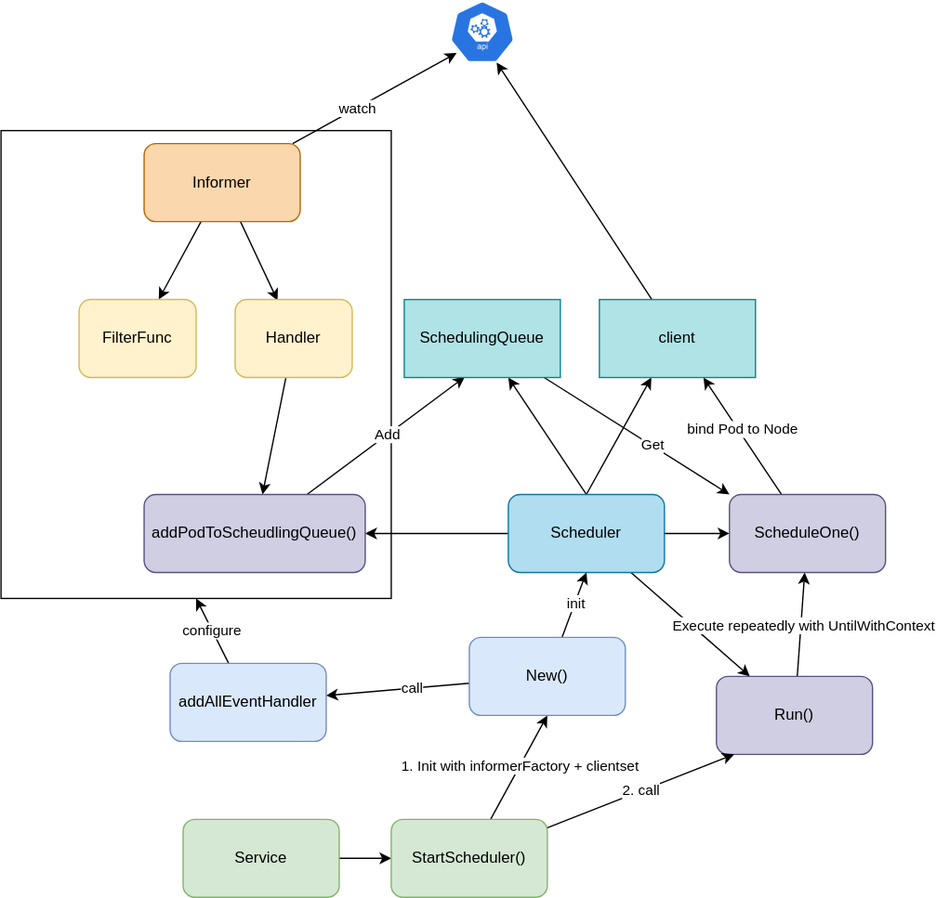
Above: diagram.drawio.svg in nakamasato/mini-kube-scheduler (draw.io), before the change. Source tidied: cells renumbered, new cells last; positions are measured from the earlier drawing's top-left corner, leaving out a move shared by most shapes. Its diagram source:
```xml
<mxGraphModel>
  <root>
    <mxCell id="0" />
    <mxCell id="1" parent="0" />
    <mxCell id="2" style="rounded=0;whiteSpace=wrap;html=1;" parent="1" vertex="1">
      <mxGeometry y="100" width="300" height="360" as="geometry" />
    </mxCell>
    <mxCell id="3" style="edgeStyle=none;html=1;exitX=0.5;exitY=0;exitDx=0;exitDy=0;" parent="1" edge="1" source="16" target="28">
      <mxGeometry relative="1" as="geometry" />
    </mxCell>
    <mxCell id="4" style="edgeStyle=none;html=1;exitX=0.5;exitY=0;exitDx=0;exitDy=0;entryX=0.333;entryY=1;entryDx=0;entryDy=0;entryPerimeter=0;" parent="1" edge="1" source="16" target="30">
      <mxGeometry relative="1" as="geometry" />
    </mxCell>
    <mxCell id="5" style="edgeStyle=none;html=1;" parent="1" edge="1" source="12" target="7">
      <mxGeometry relative="1" as="geometry" />
    </mxCell>
    <mxCell id="6" style="edgeStyle=none;html=1;entryX=0.362;entryY=0.013;entryDx=0;entryDy=0;entryPerimeter=0;" parent="1" edge="1" source="12" target="9">
      <mxGeometry relative="1" as="geometry" />
    </mxCell>
    <mxCell id="7" value="FilterFunc" style="rounded=1;whiteSpace=wrap;html=1;fillColor=#fff2cc;strokeColor=#d6b656;" parent="1" vertex="1">
      <mxGeometry x="60" y="230" width="90" height="60" as="geometry" />
    </mxCell>
    <mxCell id="8" style="edgeStyle=none;html=1;" parent="1" edge="1" source="9" target="19">
      <mxGeometry relative="1" as="geometry" />
    </mxCell>
    <mxCell id="9" value="Handler" style="rounded=1;whiteSpace=wrap;html=1;fillColor=#fff2cc;strokeColor=#d6b656;" parent="1" vertex="1">
      <mxGeometry x="180" y="230" width="90" height="60" as="geometry" />
    </mxCell>
    <mxCell id="10" style="edgeStyle=none;html=1;entryX=0.105;entryY=0.839;entryDx=0;entryDy=0;entryPerimeter=0;" parent="1" edge="1" source="12" target="31">
      <mxGeometry relative="1" as="geometry" />
    </mxCell>
    <mxCell id="11" value="watch" style="edgeLabel;html=1;align=center;verticalAlign=middle;" parent="10" vertex="1">
      <mxGeometry x="-0.21" relative="1" as="geometry" />
    </mxCell>
    <mxCell id="12" value="Informer" style="rounded=1;whiteSpace=wrap;html=1;fillColor=#fad7ac;strokeColor=#b46504;" parent="1" vertex="1">
      <mxGeometry x="110" y="110" width="120" height="60" as="geometry" />
    </mxCell>
    <mxCell id="13" style="edgeStyle=none;html=1;" parent="1" edge="1" source="16" target="19">
      <mxGeometry relative="1" as="geometry" />
    </mxCell>
    <mxCell id="14" style="edgeStyle=none;html=1;" parent="1" edge="1" source="16" target="22">
      <mxGeometry relative="1" as="geometry" />
    </mxCell>
    <mxCell id="15" style="edgeStyle=none;html=1;" parent="1" edge="1" source="16" target="25">
      <mxGeometry relative="1" as="geometry" />
    </mxCell>
    <mxCell id="16" value="Scheduler" style="rounded=1;whiteSpace=wrap;html=1;fillColor=#b1ddf0;strokeColor=#10739e;" parent="1" vertex="1">
      <mxGeometry x="390" y="380" width="120" height="60" as="geometry" />
    </mxCell>
    <mxCell id="17" style="edgeStyle=none;html=1;entryX=0.388;entryY=0.992;entryDx=0;entryDy=0;entryPerimeter=0;" parent="1" edge="1" source="19" target="28">
      <mxGeometry relative="1" as="geometry" />
    </mxCell>
    <mxCell id="18" value="Add" style="edgeLabel;html=1;align=center;verticalAlign=middle;" parent="17" vertex="1">
      <mxGeometry x="0.01" y="1" relative="1" as="geometry" />
    </mxCell>
    <mxCell id="19" value="addPodToScheudlingQueue()" style="rounded=1;whiteSpace=wrap;html=1;fillColor=#d0cee2;strokeColor=#56517e;" parent="1" vertex="1">
      <mxGeometry x="110" y="380" width="170" height="60" as="geometry" />
    </mxCell>
    <mxCell id="20" style="edgeStyle=none;html=1;" parent="1" edge="1" source="22" target="25">
      <mxGeometry relative="1" as="geometry" />
    </mxCell>
    <mxCell id="21" value="Execute repeatedly with UntilWithContext" style="edgeLabel;html=1;align=center;verticalAlign=middle;" parent="20" vertex="1">
      <mxGeometry x="0.01" y="-1" relative="1" as="geometry" />
    </mxCell>
    <mxCell id="22" value="Run()" style="rounded=1;whiteSpace=wrap;html=1;fillColor=#d0cee2;strokeColor=#56517e;" parent="1" vertex="1">
      <mxGeometry x="550" y="520" width="120" height="60" as="geometry" />
    </mxCell>
    <mxCell id="23" style="edgeStyle=none;html=1;" parent="1" edge="1" source="25" target="30">
      <mxGeometry relative="1" as="geometry" />
    </mxCell>
    <mxCell id="24" value="bind Pod to Node" style="edgeLabel;html=1;align=center;verticalAlign=middle;" parent="23" vertex="1">
      <mxGeometry x="0.6" y="1" relative="1" as="geometry">
        <mxPoint x="19" y="21" as="offset" />
      </mxGeometry>
    </mxCell>
    <mxCell id="25" value="ScheduleOne()" style="rounded=1;whiteSpace=wrap;html=1;fillColor=#d0cee2;strokeColor=#56517e;" parent="1" vertex="1">
      <mxGeometry x="560" y="380" width="120" height="60" as="geometry" />
    </mxCell>
    <mxCell id="26" style="edgeStyle=none;html=1;entryX=0;entryY=0;entryDx=0;entryDy=0;" parent="1" edge="1" source="28" target="25">
      <mxGeometry relative="1" as="geometry" />
    </mxCell>
    <mxCell id="27" value="Get" style="edgeLabel;html=1;align=center;verticalAlign=middle;" parent="26" vertex="1">
      <mxGeometry x="0.16" y="1" relative="1" as="geometry" />
    </mxCell>
    <mxCell id="28" value="&lt;span&gt;SchedulingQueue&lt;/span&gt;" style="rounded=0;whiteSpace=wrap;html=1;fillColor=#b0e3e6;strokeColor=#0e8088;" parent="1" vertex="1">
      <mxGeometry x="310" y="230" width="120" height="60" as="geometry" />
    </mxCell>
    <mxCell id="29" style="edgeStyle=none;html=1;entryX=0.72;entryY=0.99;entryDx=0;entryDy=0;entryPerimeter=0;" parent="1" edge="1" source="30" target="31">
      <mxGeometry relative="1" as="geometry" />
    </mxCell>
    <mxCell id="30" value="&lt;span&gt;client&lt;/span&gt;" style="rounded=0;whiteSpace=wrap;html=1;fillColor=#b0e3e6;strokeColor=#0e8088;" parent="1" vertex="1">
      <mxGeometry x="460" y="230" width="120" height="60" as="geometry" />
    </mxCell>
    <mxCell id="31" style="sketch=0;html=1;dashed=0;whitespace=wrap;fillColor=#2875E2;strokeColor=#ffffff;points=[[0.005,0.63,0],[0.1,0.2,0],[0.9,0.2,0],[0.5,0,0],[0.995,0.63,0],[0.72,0.99,0],[0.5,1,0],[0.28,0.99,0]];shape=mxgraph.kubernetes.icon;prIcon=api;" parent="1" vertex="1">
      <mxGeometry x="345" width="50" height="48" as="geometry" />
    </mxCell>
    <mxCell id="32" style="edgeStyle=none;html=1;" parent="1" edge="1" source="33" target="37">
      <mxGeometry relative="1" as="geometry" />
    </mxCell>
    <mxCell id="33" value="Service" style="rounded=1;whiteSpace=wrap;html=1;fillColor=#d5e8d4;strokeColor=#82b366;" parent="1" vertex="1">
      <mxGeometry x="140" y="630" width="120" height="60" as="geometry" />
    </mxCell>
    <mxCell id="34" style="edgeStyle=none;html=1;entryX=0.5;entryY=1;entryDx=0;entryDy=0;" parent="1" edge="1" source="37" target="42">
      <mxGeometry relative="1" as="geometry" />
    </mxCell>
    <mxCell id="35" value="1. Init with informerFactory + clientset" style="edgeLabel;html=1;align=center;verticalAlign=middle;" parent="34" vertex="1">
      <mxGeometry x="0.04" relative="1" as="geometry" />
    </mxCell>
    <mxCell id="36" value="2. call" style="edgeStyle=none;html=1;entryX=0.113;entryY=1;entryDx=0;entryDy=0;entryPerimeter=0;" parent="1" edge="1" source="37" target="22">
      <mxGeometry relative="1" as="geometry" />
    </mxCell>
    <mxCell id="37" value="StartScheduler()" style="whiteSpace=wrap;html=1;fillColor=#d5e8d4;strokeColor=#82b366;rounded=1;" parent="1" vertex="1">
      <mxGeometry x="300" y="630" width="120" height="60" as="geometry" />
    </mxCell>
    <mxCell id="38" style="edgeStyle=none;html=1;" parent="1" edge="1" source="42" target="44">
      <mxGeometry relative="1" as="geometry" />
    </mxCell>
    <mxCell id="39" value="call" style="edgeLabel;html=1;align=center;verticalAlign=middle;" parent="38" vertex="1">
      <mxGeometry x="-0.17" y="-1" relative="1" as="geometry">
        <mxPoint x="1" as="offset" />
      </mxGeometry>
    </mxCell>
    <mxCell id="40" style="edgeStyle=none;html=1;entryX=0.5;entryY=1;entryDx=0;entryDy=0;" parent="1" edge="1" source="42" target="16">
      <mxGeometry relative="1" as="geometry" />
    </mxCell>
    <mxCell id="41" value="init" style="edgeLabel;html=1;align=center;verticalAlign=middle;" parent="40" vertex="1">
      <mxGeometry x="0.04" y="1" relative="1" as="geometry">
        <mxPoint x="1" as="offset" />
      </mxGeometry>
    </mxCell>
    <mxCell id="42" value="New()" style="rounded=1;whiteSpace=wrap;html=1;fillColor=#dae8fc;strokeColor=#6c8ebf;" parent="1" vertex="1">
      <mxGeometry x="360" y="490" width="120" height="60" as="geometry" />
    </mxCell>
    <mxCell id="43" value="configure" style="edgeStyle=none;html=1;entryX=0.5;entryY=1;entryDx=0;entryDy=0;" parent="1" edge="1" source="44" target="2">
      <mxGeometry relative="1" as="geometry" />
    </mxCell>
    <mxCell id="44" value="addAllEventHandler" style="rounded=1;whiteSpace=wrap;html=1;fillColor=#dae8fc;strokeColor=#6c8ebf;" parent="1" vertex="1">
      <mxGeometry x="130" y="510" width="120" height="60" as="geometry" />
    </mxCell>
  </root>
</mxGraphModel>
```
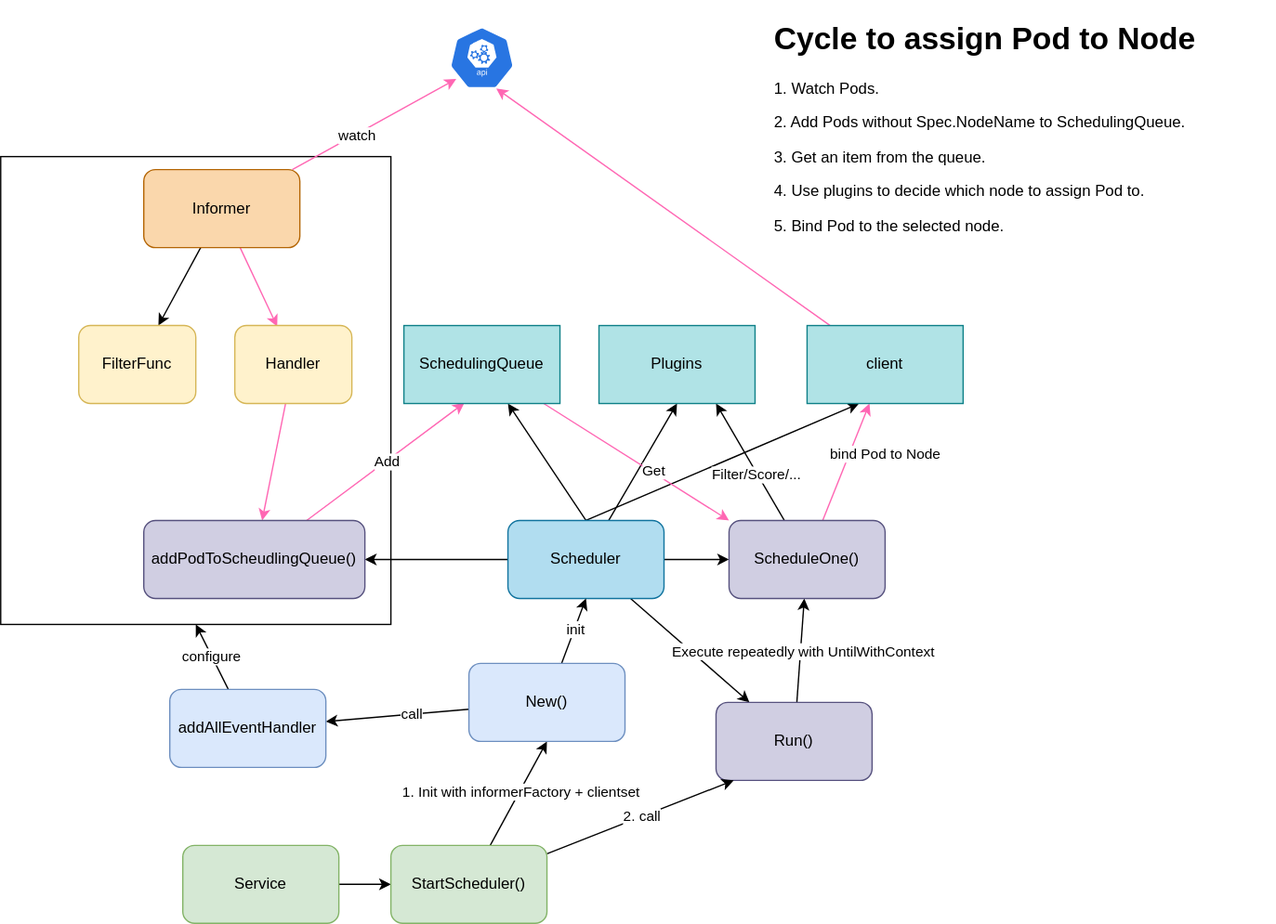
The same file after the commit.

Diff of the diagram source:
```diff
@@ -14,19 +14,19 @@
     <mxCell id="5" style="edgeStyle=none;html=1;" parent="1" edge="1" source="12" target="7">
       <mxGeometry relative="1" as="geometry" />
     </mxCell>
-    <mxCell id="6" style="edgeStyle=none;html=1;entryX=0.362;entryY=0.013;entryDx=0;entryDy=0;entryPerimeter=0;" parent="1" edge="1" source="12" target="9">
+    <mxCell id="6" style="edgeStyle=none;html=1;entryX=0.362;entryY=0.013;entryDx=0;entryDy=0;entryPerimeter=0;strokeColor=#FF66B3;" parent="1" edge="1" source="12" target="9">
       <mxGeometry relative="1" as="geometry" />
     </mxCell>
     <mxCell id="7" value="FilterFunc" style="rounded=1;whiteSpace=wrap;html=1;fillColor=#fff2cc;strokeColor=#d6b656;" parent="1" vertex="1">
       <mxGeometry x="60" y="230" width="90" height="60" as="geometry" />
     </mxCell>
-    <mxCell id="8" style="edgeStyle=none;html=1;" parent="1" edge="1" source="9" target="19">
+    <mxCell id="8" style="edgeStyle=none;html=1;strokeColor=#FF66B3;" parent="1" edge="1" source="9" target="19">
       <mxGeometry relative="1" as="geometry" />
     </mxCell>
     <mxCell id="9" value="Handler" style="rounded=1;whiteSpace=wrap;html=1;fillColor=#fff2cc;strokeColor=#d6b656;" parent="1" vertex="1">
       <mxGeometry x="180" y="230" width="90" height="60" as="geometry" />
     </mxCell>
-    <mxCell id="10" style="edgeStyle=none;html=1;entryX=0.105;entryY=0.839;entryDx=0;entryDy=0;entryPerimeter=0;" parent="1" edge="1" source="12" target="31">
+    <mxCell id="10" style="edgeStyle=none;html=1;entryX=0.105;entryY=0.839;entryDx=0;entryDy=0;entryPerimeter=0;strokeColor=#FF66B3;" parent="1" edge="1" source="12" target="31">
       <mxGeometry relative="1" as="geometry" />
     </mxCell>
     <mxCell id="11" value="watch" style="edgeLabel;html=1;align=center;verticalAlign=middle;" parent="10" vertex="1">
@@ -44,10 +44,13 @@
     <mxCell id="15" style="edgeStyle=none;html=1;" parent="1" edge="1" source="16" target="25">
       <mxGeometry relative="1" as="geometry" />
     </mxCell>
+    <mxCell id="45" style="edgeStyle=none;html=1;entryX=0.5;entryY=1;entryDx=0;entryDy=0;" parent="1" edge="1" source="16" target="48">
+      <mxGeometry relative="1" as="geometry" />
+    </mxCell>
     <mxCell id="16" value="Scheduler" style="rounded=1;whiteSpace=wrap;html=1;fillColor=#b1ddf0;strokeColor=#10739e;" parent="1" vertex="1">
       <mxGeometry x="390" y="380" width="120" height="60" as="geometry" />
     </mxCell>
-    <mxCell id="17" style="edgeStyle=none;html=1;entryX=0.388;entryY=0.992;entryDx=0;entryDy=0;entryPerimeter=0;" parent="1" edge="1" source="19" target="28">
+    <mxCell id="17" style="edgeStyle=none;html=1;entryX=0.388;entryY=0.992;entryDx=0;entryDy=0;entryPerimeter=0;strokeColor=#FF66B3;" parent="1" edge="1" source="19" target="28">
       <mxGeometry relative="1" as="geometry" />
     </mxCell>
     <mxCell id="18" value="Add" style="edgeLabel;html=1;align=center;verticalAlign=middle;" parent="17" vertex="1">
@@ -65,7 +68,7 @@
     <mxCell id="22" value="Run()" style="rounded=1;whiteSpace=wrap;html=1;fillColor=#d0cee2;strokeColor=#56517e;" parent="1" vertex="1">
       <mxGeometry x="550" y="520" width="120" height="60" as="geometry" />
     </mxCell>
-    <mxCell id="23" style="edgeStyle=none;html=1;" parent="1" edge="1" source="25" target="30">
+    <mxCell id="23" style="edgeStyle=none;html=1;strokeColor=#FF66B3;" parent="1" edge="1" source="25" target="30">
       <mxGeometry relative="1" as="geometry" />
     </mxCell>
     <mxCell id="24" value="bind Pod to Node" style="edgeLabel;html=1;align=center;verticalAlign=middle;" parent="23" vertex="1">
@@ -73,10 +76,16 @@
         <mxPoint x="19" y="21" as="offset" />
       </mxGeometry>
     </mxCell>
+    <mxCell id="46" style="edgeStyle=none;html=1;entryX=0.75;entryY=1;entryDx=0;entryDy=0;" parent="1" edge="1" source="25" target="48">
+      <mxGeometry relative="1" as="geometry" />
+    </mxCell>
+    <mxCell id="47" value="Filter/Score/..." style="edgeLabel;html=1;align=center;verticalAlign=middle;" parent="46" vertex="1">
+      <mxGeometry x="-0.18" y="1" relative="1" as="geometry" />
+    </mxCell>
     <mxCell id="25" value="ScheduleOne()" style="rounded=1;whiteSpace=wrap;html=1;fillColor=#d0cee2;strokeColor=#56517e;" parent="1" vertex="1">
       <mxGeometry x="560" y="380" width="120" height="60" as="geometry" />
     </mxCell>
-    <mxCell id="26" style="edgeStyle=none;html=1;entryX=0;entryY=0;entryDx=0;entryDy=0;" parent="1" edge="1" source="28" target="25">
+    <mxCell id="26" style="edgeStyle=none;html=1;entryX=0;entryY=0;entryDx=0;entryDy=0;strokeColor=#FF66B3;" parent="1" edge="1" source="28" target="25">
       <mxGeometry relative="1" as="geometry" />
     </mxCell>
     <mxCell id="27" value="Get" style="edgeLabel;html=1;align=center;verticalAlign=middle;" parent="26" vertex="1">
@@ -85,11 +94,11 @@
     <mxCell id="28" value="&lt;span&gt;SchedulingQueue&lt;/span&gt;" style="rounded=0;whiteSpace=wrap;html=1;fillColor=#b0e3e6;strokeColor=#0e8088;" parent="1" vertex="1">
       <mxGeometry x="310" y="230" width="120" height="60" as="geometry" />
     </mxCell>
-    <mxCell id="29" style="edgeStyle=none;html=1;entryX=0.72;entryY=0.99;entryDx=0;entryDy=0;entryPerimeter=0;" parent="1" edge="1" source="30" target="31">
+    <mxCell id="29" style="edgeStyle=none;html=1;entryX=0.72;entryY=0.99;entryDx=0;entryDy=0;entryPerimeter=0;strokeColor=#FF66B3;" parent="1" edge="1" source="30" target="31">
       <mxGeometry relative="1" as="geometry" />
     </mxCell>
     <mxCell id="30" value="&lt;span&gt;client&lt;/span&gt;" style="rounded=0;whiteSpace=wrap;html=1;fillColor=#b0e3e6;strokeColor=#0e8088;" parent="1" vertex="1">
-      <mxGeometry x="460" y="230" width="120" height="60" as="geometry" />
+      <mxGeometry x="620" y="230" width="120" height="60" as="geometry" />
     </mxCell>
     <mxCell id="31" style="sketch=0;html=1;dashed=0;whitespace=wrap;fillColor=#2875E2;strokeColor=#ffffff;points=[[0.005,0.63,0],[0.1,0.2,0],[0.9,0.2,0],[0.5,0,0],[0.995,0.63,0],[0.72,0.99,0],[0.5,1,0],[0.28,0.99,0]];shape=mxgraph.kubernetes.icon;prIcon=api;" parent="1" vertex="1">
       <mxGeometry x="345" width="50" height="48" as="geometry" />
@@ -137,5 +146,11 @@
     <mxCell id="44" value="addAllEventHandler" style="rounded=1;whiteSpace=wrap;html=1;fillColor=#dae8fc;strokeColor=#6c8ebf;" parent="1" vertex="1">
       <mxGeometry x="130" y="510" width="120" height="60" as="geometry" />
     </mxCell>
+    <mxCell id="48" value="&lt;span&gt;Plugins&lt;/span&gt;" style="rounded=0;whiteSpace=wrap;html=1;fillColor=#b0e3e6;strokeColor=#0e8088;" parent="1" vertex="1">
+      <mxGeometry x="460" y="230" width="120" height="60" as="geometry" />
+    </mxCell>
+    <mxCell id="49" value="&lt;h1&gt;Cycle to assign Pod to Node&lt;/h1&gt;&lt;p&gt;1. Watch Pods.&lt;/p&gt;&lt;p&gt;2. Add Pods without Spec.NodeName to SchedulingQueue.&lt;/p&gt;&lt;p&gt;3. Get an item from the queue.&lt;/p&gt;&lt;p&gt;4. Use plugins to decide which node to assign Pod to.&lt;/p&gt;&lt;p&gt;5. Bind Pod to the selected node.&lt;/p&gt;" style="text;html=1;strokeColor=none;fillColor=none;spacing=5;spacingTop=-20;whiteSpace=wrap;overflow=hidden;rounded=0;" parent="1" vertex="1">
+      <mxGeometry x="590" y="-10" width="390" height="180" as="geometry" />
+    </mxCell>
   </root>
 </mxGraphModel>
```
